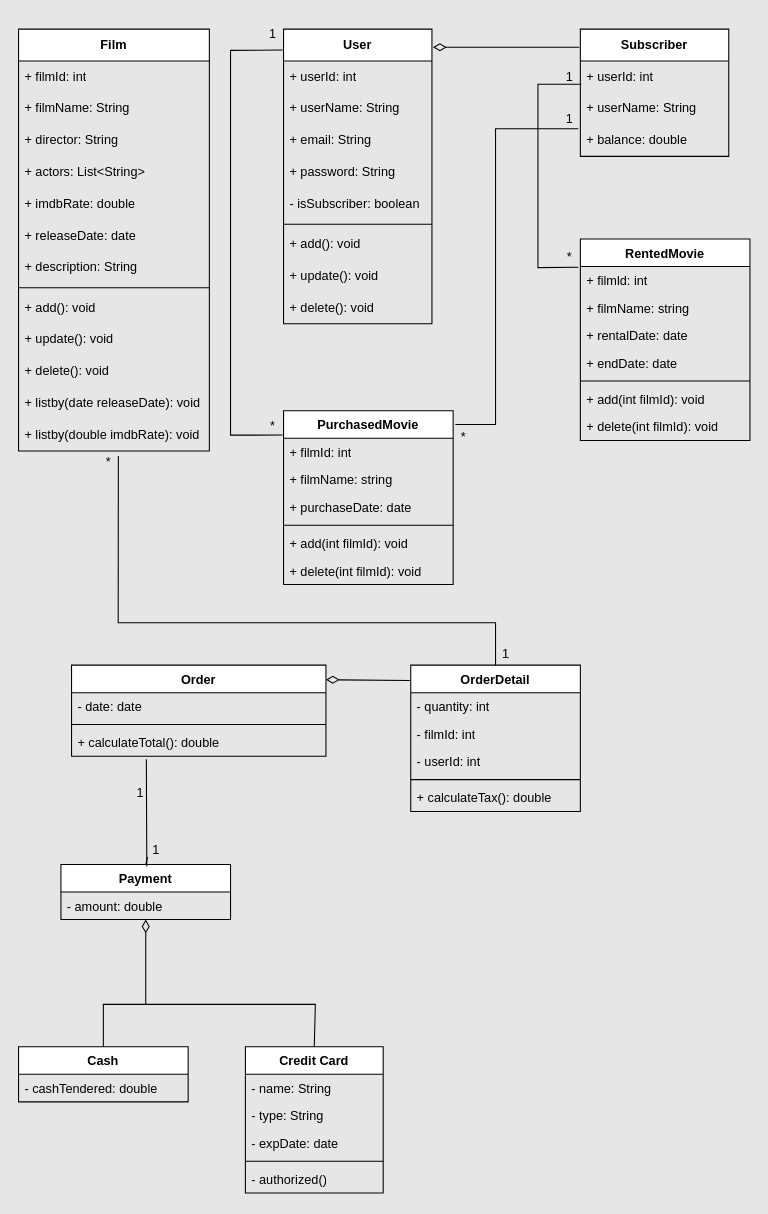
Gundogduu/javaIntro2022 keeps this draw.io diagram as OnlineFilmService.drawio. Above is the earlier version. Source tidied: cells renumbered, new cells numbered last; positions are measured from the earlier drawing's top-left corner, leaving out a move shared by most shapes. Both pictures are drawn from the tidied source at 106%, with x=0, y=0 at pixel (18, 18).
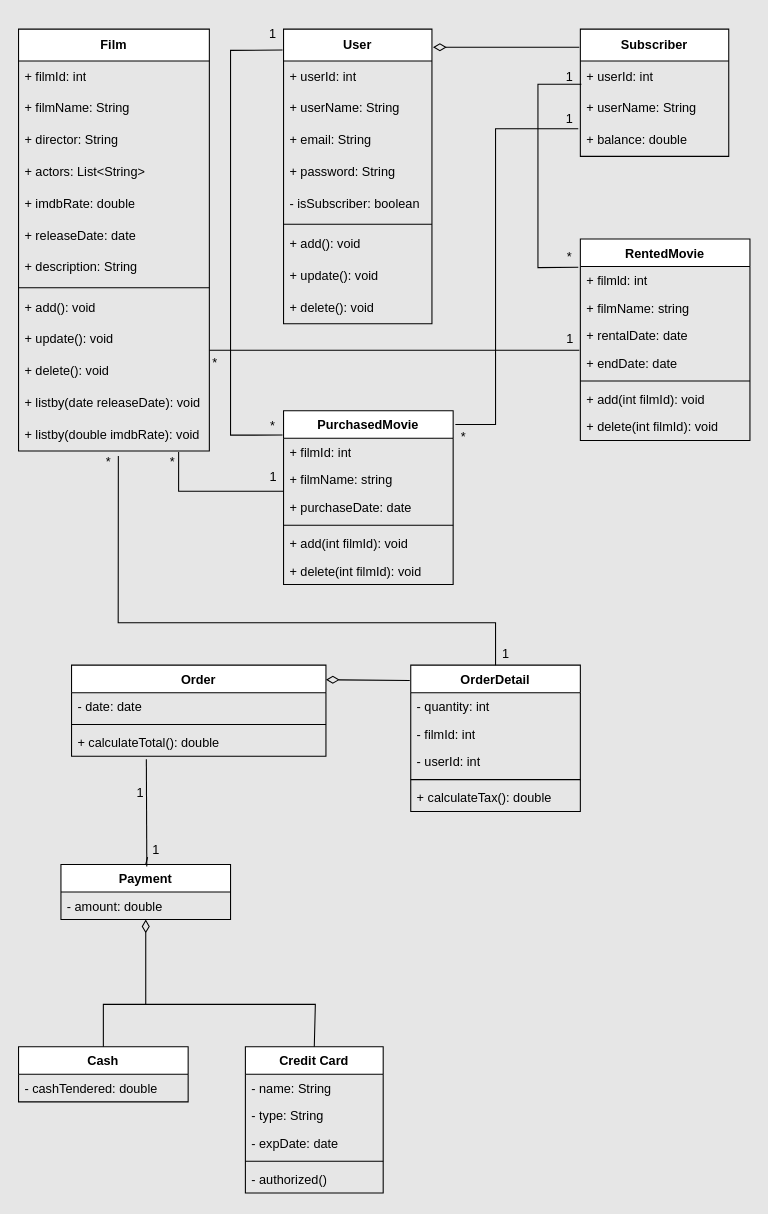
After the change.

Unchanged cells that the change refers to:
```xml
<mxCell id="27" value="+ update(): void" style="text;strokeColor=none;fillColor=none;align=left;verticalAlign=middle;spacingLeft=4;spacingRight=4;overflow=hidden;points=[[0,0.5],[1,0.5]];portConstraint=eastwest;whiteSpace=wrap;html=1;" parent="17" vertex="1">
  <mxGeometry y="278" width="180" height="30" as="geometry" />
</mxCell>
<mxCell id="30" value="+ listby(double imdbRate): void" style="text;strokeColor=none;fillColor=none;align=left;verticalAlign=middle;spacingLeft=4;spacingRight=4;overflow=hidden;points=[[0,0.5],[1,0.5]];portConstraint=eastwest;whiteSpace=wrap;html=1;" parent="17" vertex="1">
  <mxGeometry y="368" width="180" height="30" as="geometry" />
</mxCell>
<mxCell id="35" value="+ endDate: date" style="text;strokeColor=none;fillColor=none;align=left;verticalAlign=top;spacingLeft=4;spacingRight=4;overflow=hidden;points=[[0,0.5],[1,0.5]];portConstraint=eastwest;whiteSpace=wrap;html=1;" parent="31" vertex="1">
  <mxGeometry y="104" width="160" height="26" as="geometry" />
</mxCell>
<mxCell id="42" value="+ purchaseDate: date" style="text;strokeColor=none;fillColor=none;align=left;verticalAlign=top;spacingLeft=4;spacingRight=4;overflow=hidden;points=[[0,0.5],[1,0.5]];portConstraint=eastwest;whiteSpace=wrap;html=1;" parent="39" vertex="1">
  <mxGeometry y="78" width="160" height="26" as="geometry" />
</mxCell>
```

The edit, as a diff of the source:
```diff
@@
+    <mxCell id="85" style="edgeStyle=none;jettySize=auto;html=1;rounded=0;exitX=0.839;exitY=1.033;exitDx=0;exitDy=0;exitPerimeter=0;entryX=0;entryY=-0.077;entryDx=0;entryDy=0;entryPerimeter=0;endArrow=none;startFill=0;" parent="1" edge="1" source="30" target="42">
+      <mxGeometry relative="1" as="geometry">
+        <Array as="points">
+          <mxPoint x="151" y="446" />
+        </Array>
+      </mxGeometry>
+    </mxCell>
+    <mxCell id="86" value="1" style="text;html=1;align=center;verticalAlign=middle;strokeColor=none;fillColor=none;" parent="1" vertex="1">
+      <mxGeometry x="225" y="418" width="30" height="30" as="geometry" />
+    </mxCell>
+    <mxCell id="87" value="*" style="text;html=1;align=center;verticalAlign=middle;strokeColor=none;fillColor=none;" parent="1" vertex="1">
+      <mxGeometry x="130" y="404" width="30" height="30" as="geometry" />
+    </mxCell>
+    <mxCell id="88" style="edgeStyle=none;jettySize=auto;html=1;rounded=0;entryX=-0.006;entryY=0.038;entryDx=0;entryDy=0;entryPerimeter=0;exitX=1;exitY=0.833;exitDx=0;exitDy=0;exitPerimeter=0;endArrow=none;startFill=0;" parent="1" edge="1" source="27" target="35">
+      <mxGeometry relative="1" as="geometry">
+        <Array as="points">
+          <mxPoint x="370" y="313" />
+        </Array>
+      </mxGeometry>
+    </mxCell>
+    <mxCell id="89" value="1" style="text;html=1;align=center;verticalAlign=middle;strokeColor=none;fillColor=none;" parent="1" vertex="1">
+      <mxGeometry x="505" y="288" width="30" height="30" as="geometry" />
+    </mxCell>
+    <mxCell id="90" value="*" style="text;html=1;align=center;verticalAlign=middle;strokeColor=none;fillColor=none;" parent="1" vertex="1">
+      <mxGeometry x="170" y="310" width="30" height="30" as="geometry" />
+    </mxCell>
```
